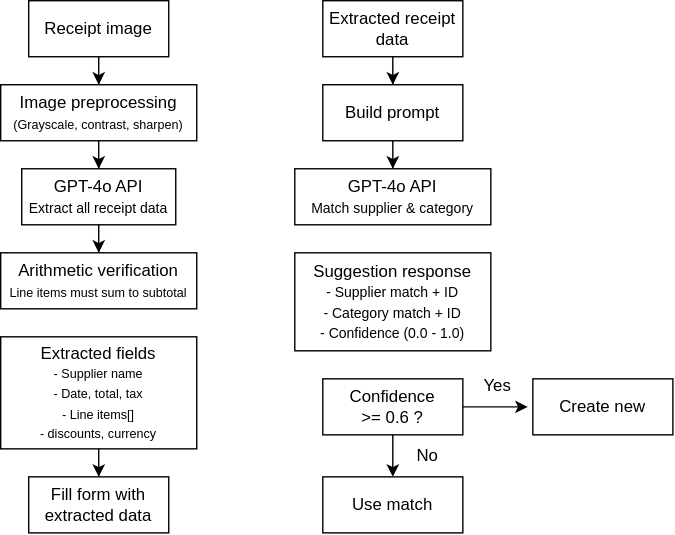
Above: docs/diagrams/integrations/open-ai.svg in ArgoRobots/Argo-Books-Avalonia (draw.io), before the change. Source tidied: cells renumbered, new cells last; positions are measured from the earlier drawing's top-left corner, leaving out a move shared by most shapes.
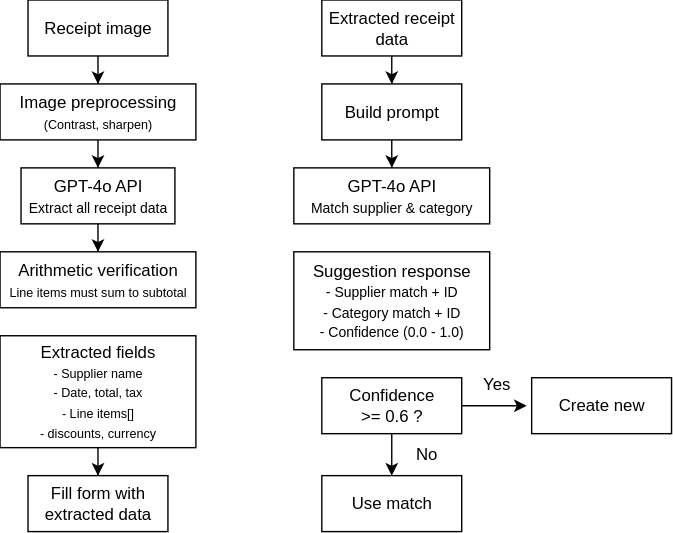
Above is the later version.

The edit, as a diff of the source:
```diff
@@ -11,7 +11,7 @@
     <mxCell id="4" style="edgeStyle=orthogonalEdgeStyle;rounded=0;jettySize=auto;html=1;entryX=0.5;entryY=0;entryDx=0;entryDy=0;" parent="1" edge="1" source="5" target="7">
       <mxGeometry relative="1" as="geometry" />
     </mxCell>
-    <mxCell id="5" value="Image preprocessing&lt;div&gt;&lt;font style=&quot;font-size: 9px;&quot;&gt;(Grayscale, contrast, sharpen)&lt;/font&gt;&lt;/div&gt;" style="rounded=0;whiteSpace=wrap;html=1;" parent="1" vertex="1">
+    <mxCell id="5" value="Image preprocessing&lt;div&gt;&lt;font style=&quot;font-size: 9px;&quot;&gt;(Contrast, sharpen)&lt;/font&gt;&lt;/div&gt;" style="rounded=0;whiteSpace=wrap;html=1;" parent="1" vertex="1">
       <mxGeometry y="60" width="140" height="40" as="geometry" />
     </mxCell>
     <mxCell id="6" style="edgeStyle=orthogonalEdgeStyle;rounded=0;jettySize=auto;html=1;entryX=0.5;entryY=0;entryDx=0;entryDy=0;" parent="1" edge="1" source="7" target="8">
```
